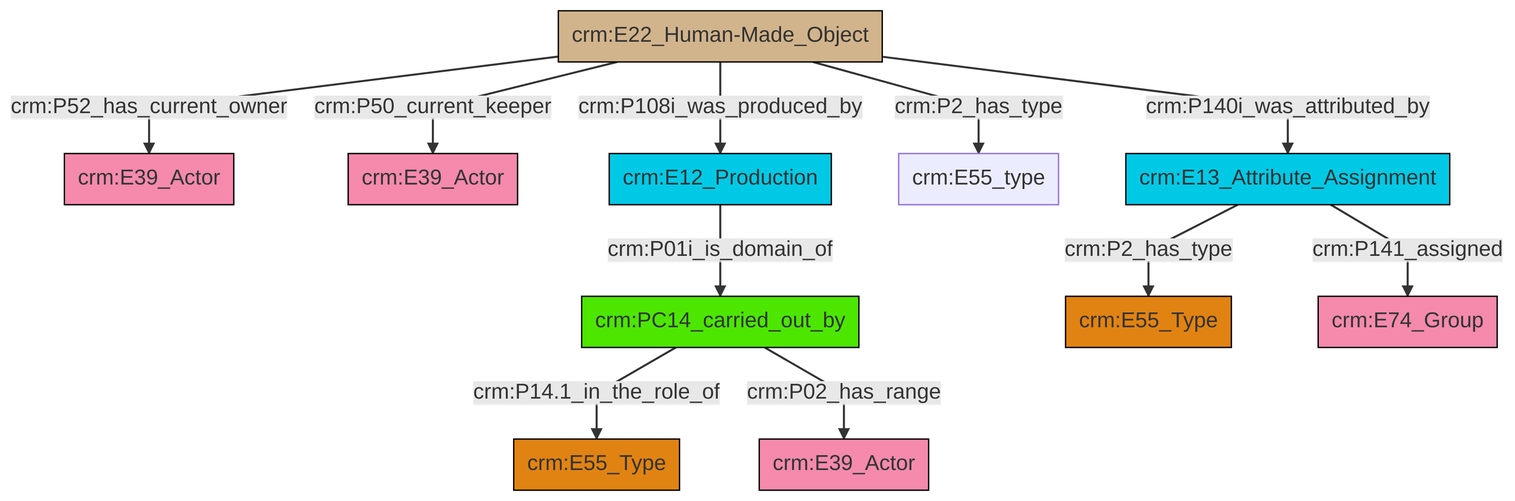
swiss-art-research-net/docs.swissartresearch keeps this Mermaid diagram as et/artworkCSV/ttl/mmd/png/Artwork_Actor_Relations.png. Above is the earlier version. Its source is kept beside it as et/artworkCSV/ttl/mmd/Artwork_Actor_Relations.ttl.mmd.
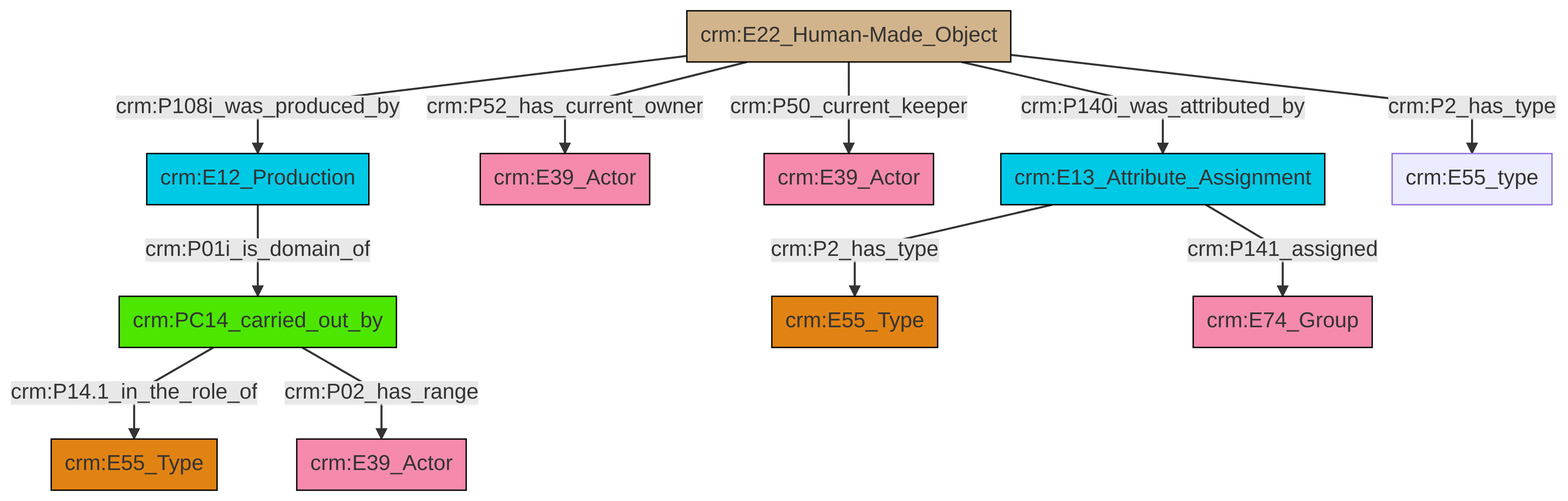
After the change.

What changed in the source:
```diff
@@ -13,13 +13,13 @@
 classDef PC_Classes fill:#4ce600, stroke:#000000;
 classDef Multi fill:#cccccc,stroke:#000000;
 
-4["crm:PC14_carried_out_by"]:::PC_Classes -->|crm:P14.1_in_the_role_of| 5["crm:E55_Type"]:::Type
-10["crm:E13_Attribute_Assignment"]:::Temporal_Entity -->|crm:P141_assigned| 11["crm:E74_Group"]:::Actor
-4["crm:PC14_carried_out_by"]:::PC_Classes -->|crm:P02_has_range| 0["crm:E39_Actor"]:::Actor
-15["crm:E12_Production"]:::Temporal_Entity -->|crm:P01i_is_domain_of| 4["crm:PC14_carried_out_by"]:::PC_Classes
-18["crm:E22_Human-Made_Object"]:::Physical_Thing -->|crm:P108i_was_produced_by| 15["crm:E12_Production"]:::Temporal_Entity
-18["crm:E22_Human-Made_Object"]:::Physical_Thing -->|crm:P52_has_current_owner| 2["crm:E39_Actor"]:::Actor
-18["crm:E22_Human-Made_Object"]:::Physical_Thing -->|crm:P2_has_type| 12["crm:E55_type"]:::Default
-10["crm:E13_Attribute_Assignment"]:::Temporal_Entity -->|crm:P2_has_type| 8["crm:E55_Type"]:::Type
-18["crm:E22_Human-Made_Object"]:::Physical_Thing -->|crm:P50_current_keeper| 6["crm:E39_Actor"]:::Actor
-18["crm:E22_Human-Made_Object"]:::Physical_Thing -->|crm:P140i_was_attributed_by| 10["crm:E13_Attribute_Assignment"]:::Temporal_Entity
+0["crm:PC14_carried_out_by"]:::PC_Classes -->|crm:P14.1_in_the_role_of| 1["crm:E55_Type"]:::Type
+4["crm:E22_Human-Made_Object"]:::Physical_Thing -->|crm:P52_has_current_owner| 5["crm:E39_Actor"]:::Actor
+4["crm:E22_Human-Made_Object"]:::Physical_Thing -->|crm:P50_current_keeper| 8["crm:E39_Actor"]:::Actor
+4["crm:E22_Human-Made_Object"]:::Physical_Thing -->|crm:P140i_was_attributed_by| 10["crm:E13_Attribute_Assignment"]:::Temporal_Entity
+4["crm:E22_Human-Made_Object"]:::Physical_Thing -->|crm:P108i_was_produced_by| 2["crm:E12_Production"]:::Temporal_Entity
+10["crm:E13_Attribute_Assignment"]:::Temporal_Entity -->|crm:P141_assigned| 12["crm:E74_Group"]:::Actor
+4["crm:E22_Human-Made_Object"]:::Physical_Thing -->|crm:P2_has_type| 14["crm:E55_type"]:::Default
+0["crm:PC14_carried_out_by"]:::PC_Classes -->|crm:P02_has_range| 17["crm:E39_Actor"]:::Actor
+10["crm:E13_Attribute_Assignment"]:::Temporal_Entity -->|crm:P2_has_type| 6["crm:E55_Type"]:::Type
+2["crm:E12_Production"]:::Temporal_Entity -->|crm:P01i_is_domain_of| 0["crm:PC14_carried_out_by"]:::PC_Classes
```
